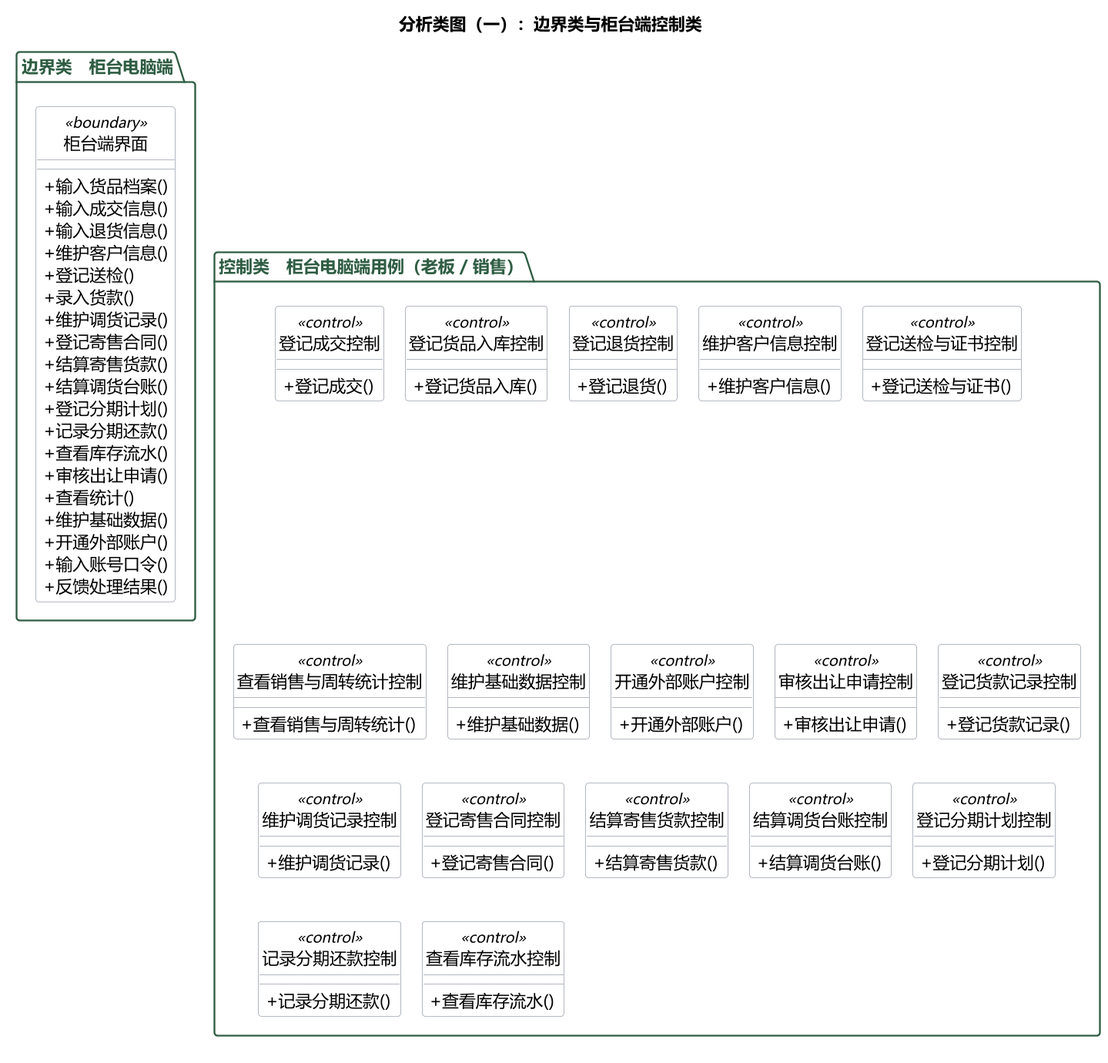
Above: docs/figs/analysis/05a-boundary-control-class.png in rosefinch55/jade-store-system (PlantUML), before the change.
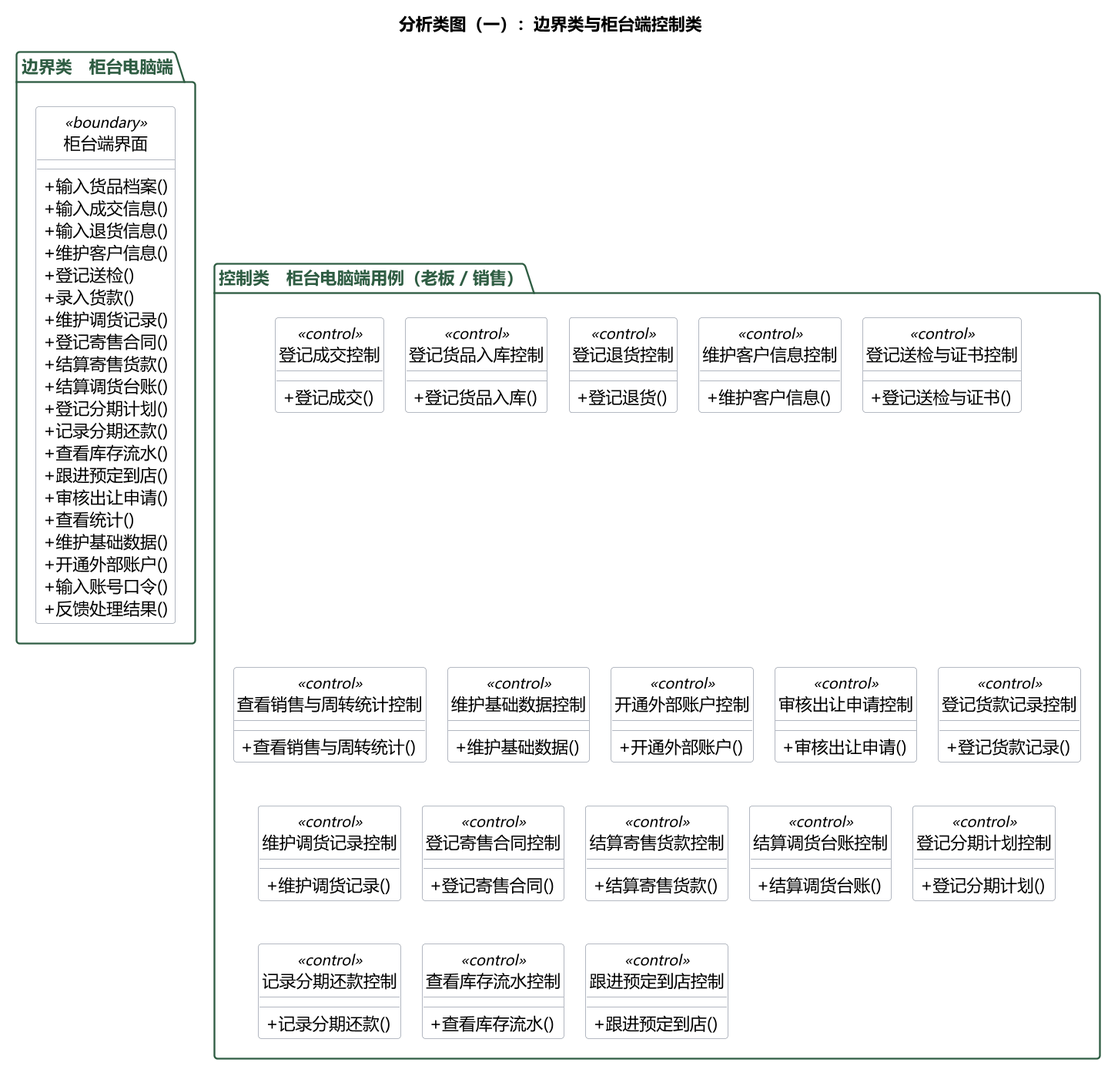
The same diagram one commit later.

The edit, as a diff of the source:
```diff
@@ -32,6 +32,7 @@
     + 登记分期计划()
     + 记录分期还款()
     + 查看库存流水()
+    + 跟进预定到店()
     + 审核出让申请()
     + 查看统计()
     + 维护基础数据()
@@ -93,5 +94,8 @@
   class "查看库存流水控制" as K26 <<control>> {
     + 查看库存流水()
   }
+  class "跟进预定到店控制" as K28 <<control>> {
+    + 跟进预定到店()
+  }
 }
 @enduml
```
